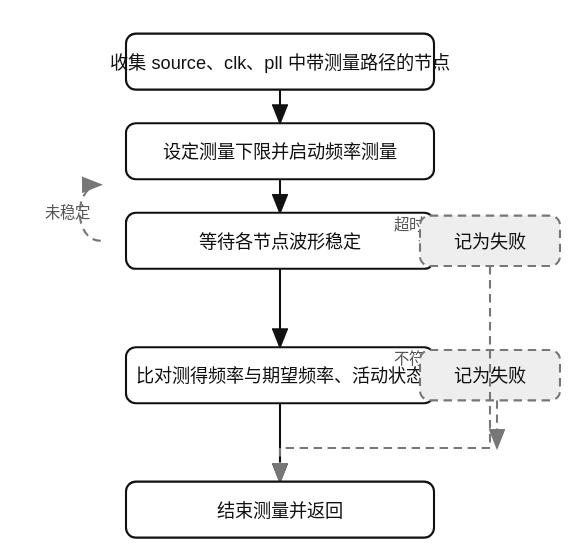
This is src/sv/agent/clock_tree/images/check_freq_flow.drawio.svg from XiaoHui2023/templates, a draw.io export, as it was before one commit. Source tidied: cells renumbered, new cells last; positions are measured from the earlier drawing's top-left corner, leaving out a move shared by most shapes.
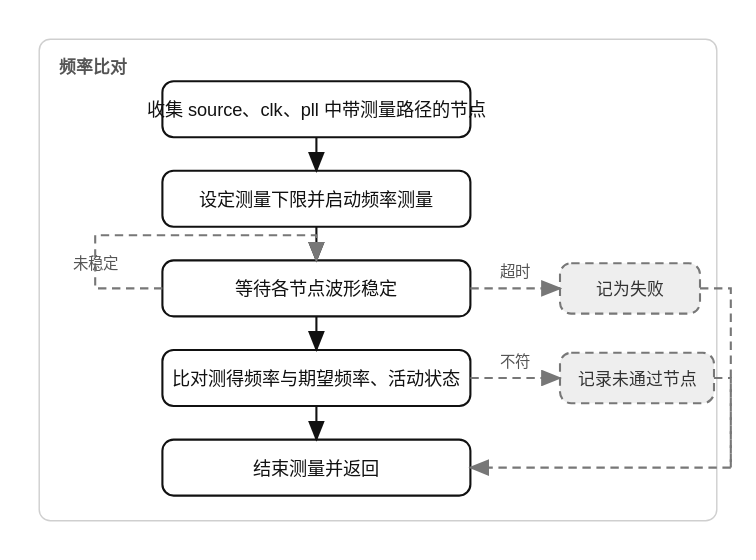
After the change.

Change to the diagram source:
```diff
@@ -2,6 +2,9 @@
   <root>
     <mxCell id="0" />
     <mxCell id="1" parent="0" />
+    <mxCell id="18" value="频率比对" style="rounded=1;whiteSpace=wrap;html=1;fillColor=#ffffff;strokeColor=#cfcfcf;fontColor=#555555;align=left;verticalAlign=top;spacingLeft=14;spacingTop=8;fontSize=12;fontStyle=1;arcSize=6;" parent="1" vertex="1">
+      <mxGeometry x="-88" y="-30" width="484" height="344" as="geometry" />
+    </mxCell>
     <mxCell id="2" value="收集 source、clk、pll 中带测量路径的节点" style="rounded=1;whiteSpace=wrap;html=1;fillColor=#ffffff;strokeColor=#111111;strokeWidth=1.5;fontSize=13;fontColor=#111111;arcSize=8;align=center;verticalAlign=middle;" parent="1" vertex="1">
       <mxGeometry width="220" height="40" as="geometry" />
     </mxCell>
@@ -12,43 +15,59 @@
       <mxGeometry y="128" width="220" height="40" as="geometry" />
     </mxCell>
     <mxCell id="5" value="比对测得频率与期望频率、活动状态" style="rounded=1;whiteSpace=wrap;html=1;fillColor=#ffffff;strokeColor=#111111;strokeWidth=1.5;fontSize=13;fontColor=#111111;arcSize=8;align=center;verticalAlign=middle;" parent="1" vertex="1">
-      <mxGeometry y="224" width="220" height="40" as="geometry" />
+      <mxGeometry y="192" width="220" height="40" as="geometry" />
     </mxCell>
     <mxCell id="6" value="结束测量并返回" style="rounded=1;whiteSpace=wrap;html=1;fillColor=#ffffff;strokeColor=#111111;strokeWidth=1.5;fontSize=13;fontColor=#111111;arcSize=8;align=center;verticalAlign=middle;" parent="1" vertex="1">
-      <mxGeometry y="320" width="220" height="40" as="geometry" />
+      <mxGeometry y="256" width="220" height="40" as="geometry" />
     </mxCell>
-    <mxCell id="7" value="记为失败" style="rounded=1;whiteSpace=wrap;html=1;fillColor=#eeeeee;strokeColor=#777777;dashed=1;strokeWidth=1.5;fontSize=13;fontColor=#333333;arcSize=8;align=center;verticalAlign=middle;" parent="1" vertex="1">
-      <mxGeometry x="210" y="130" width="100" height="36" as="geometry" />
-    </mxCell>
-    <mxCell id="8" value="记为失败" style="rounded=1;whiteSpace=wrap;html=1;fillColor=#eeeeee;strokeColor=#777777;dashed=1;strokeWidth=1.5;fontSize=13;fontColor=#333333;arcSize=8;align=center;verticalAlign=middle;" parent="1" vertex="1">
-      <mxGeometry x="210" y="226" width="100" height="36" as="geometry" />
-    </mxCell>
+    <mxCell id="19" value="记为失败" style="rounded=1;whiteSpace=wrap;html=1;fillColor=#eeeeee;strokeColor=#777777;dashed=1;strokeWidth=1.5;fontSize=12;fontColor=#333333;arcSize=8;align=center;verticalAlign=middle;" parent="1" vertex="1">
+      <mxGeometry x="284" y="130" width="100" height="36" as="geometry" />
+    </mxCell>
+    <mxCell id="20" value="记录未通过节点" style="rounded=1;whiteSpace=wrap;html=1;fillColor=#eeeeee;strokeColor=#777777;dashed=1;strokeWidth=1.5;fontSize=12;fontColor=#333333;arcSize=8;align=center;verticalAlign=middle;" parent="1" vertex="1">
+      <mxGeometry x="284" y="194" width="110" height="36" as="geometry" />
+    </mxCell>
-    <mxCell id="9" style="edgeStyle=none;rounded=0;html=1;endArrow=classic;endFill=1;strokeColor=#111111;strokeWidth=1.5;fontSize=11;fontColor=#333333;" parent="1" edge="1" source="2" target="3">
+    <mxCell id="9" style="edgeStyle=orthogonalEdgeStyle;rounded=0;html=1;endArrow=classic;endFill=1;strokeColor=#111111;strokeWidth=1.5;" parent="1" edge="1" source="2" target="3">
       <mxGeometry relative="1" as="geometry" />
     </mxCell>
-    <mxCell id="10" style="edgeStyle=none;rounded=0;html=1;endArrow=classic;endFill=1;strokeColor=#111111;strokeWidth=1.5;fontSize=11;fontColor=#333333;" parent="1" edge="1" source="3" target="4">
+    <mxCell id="10" style="edgeStyle=orthogonalEdgeStyle;rounded=0;html=1;endArrow=classic;endFill=1;strokeColor=#111111;strokeWidth=1.5;" parent="1" edge="1" source="3" target="4">
       <mxGeometry relative="1" as="geometry" />
     </mxCell>
-    <mxCell id="11" style="edgeStyle=none;rounded=0;html=1;endArrow=classic;endFill=1;strokeColor=#111111;strokeWidth=1.5;fontSize=11;fontColor=#333333;" parent="1" edge="1" source="4" target="5">
+    <mxCell id="11" style="edgeStyle=orthogonalEdgeStyle;rounded=0;html=1;endArrow=classic;endFill=1;strokeColor=#111111;strokeWidth=1.5;" parent="1" edge="1" source="4" target="5">
       <mxGeometry relative="1" as="geometry" />
     </mxCell>
-    <mxCell id="12" style="edgeStyle=none;rounded=0;html=1;endArrow=classic;endFill=1;strokeColor=#111111;strokeWidth=1.5;fontSize=11;fontColor=#333333;" parent="1" edge="1" source="5" target="6">
+    <mxCell id="12" style="edgeStyle=orthogonalEdgeStyle;rounded=0;html=1;endArrow=classic;endFill=1;strokeColor=#111111;strokeWidth=1.5;" parent="1" edge="1" source="5" target="6">
       <mxGeometry relative="1" as="geometry" />
     </mxCell>
-    <mxCell id="13" value="超时" style="edgeStyle=none;rounded=0;html=1;endArrow=classic;endFill=1;strokeColor=#777777;strokeWidth=1.5;dashed=1;fontSize=11;fontColor=#555555;" parent="1" edge="1" source="4" target="7">
+    <mxCell id="13" value="超时" style="edgeStyle=orthogonalEdgeStyle;rounded=0;html=1;endArrow=classic;endFill=1;strokeColor=#777777;strokeWidth=1.5;dashed=1;fontSize=11;fontColor=#555555;" parent="1" edge="1" source="4" target="19">
       <mxGeometry relative="1" as="geometry" />
     </mxCell>
-    <mxCell id="14" value="不符" style="edgeStyle=none;rounded=0;html=1;endArrow=classic;endFill=1;strokeColor=#777777;strokeWidth=1.5;dashed=1;fontSize=11;fontColor=#555555;" parent="1" edge="1" source="5" target="8">
+    <mxCell id="14" value="不符" style="edgeStyle=orthogonalEdgeStyle;rounded=0;html=1;endArrow=classic;endFill=1;strokeColor=#777777;strokeWidth=1.5;dashed=1;fontSize=11;fontColor=#555555;" parent="1" edge="1" source="5" target="20">
       <mxGeometry relative="1" as="geometry" />
     </mxCell>
-    <mxCell id="15" style="edgeStyle=none;rounded=0;html=1;endArrow=classic;endFill=1;strokeColor=#777777;strokeWidth=1.5;dashed=1;fontSize=11;fontColor=#555555;" parent="1" edge="1" source="7" target="6">
-      <mxGeometry relative="1" as="geometry" />
+    <mxCell id="15" value="未稳定" style="edgeStyle=orthogonalEdgeStyle;rounded=0;html=1;endArrow=classic;endFill=1;strokeColor=#777777;strokeWidth=1.5;dashed=1;fontSize=11;fontColor=#555555;" parent="1" edge="1" source="4" target="4">
+      <mxGeometry relative="1" as="geometry">
+        <Array as="points">
+          <mxPoint x="-48" y="148" />
+          <mxPoint x="-48" y="110" />
+          <mxPoint x="110" y="110" />
+        </Array>
+      </mxGeometry>
     </mxCell>
-    <mxCell id="16" style="edgeStyle=none;rounded=0;html=1;endArrow=classic;endFill=1;strokeColor=#777777;strokeWidth=1.5;dashed=1;fontSize=11;fontColor=#555555;" parent="1" edge="1" source="8" target="6">
-      <mxGeometry relative="1" as="geometry" />
+    <mxCell id="16" style="edgeStyle=orthogonalEdgeStyle;rounded=0;html=1;endArrow=classic;endFill=1;strokeColor=#777777;strokeWidth=1.5;dashed=1;fontSize=11;fontColor=#555555;" parent="1" edge="1" source="19" target="6">
+      <mxGeometry relative="1" as="geometry">
+        <Array as="points">
+          <mxPoint x="406" y="148" />
+          <mxPoint x="406" y="276" />
+        </Array>
+      </mxGeometry>
     </mxCell>
-    <mxCell id="17" value="未稳定" style="edgeStyle=none;rounded=0;html=1;endArrow=classic;endFill=1;strokeColor=#777777;strokeWidth=1.5;dashed=1;fontSize=11;fontColor=#555555;" parent="1" edge="1" source="4" target="4">
-      <mxGeometry relative="1" as="geometry" />
+    <mxCell id="17" style="edgeStyle=orthogonalEdgeStyle;rounded=0;html=1;endArrow=classic;endFill=1;strokeColor=#777777;strokeWidth=1.5;dashed=1;fontSize=11;fontColor=#555555;" parent="1" edge="1" source="20" target="6">
+      <mxGeometry relative="1" as="geometry">
+        <Array as="points">
+          <mxPoint x="406" y="212" />
+          <mxPoint x="406" y="276" />
+        </Array>
+      </mxGeometry>
     </mxCell>
   </root>
 </mxGraphModel>
```
